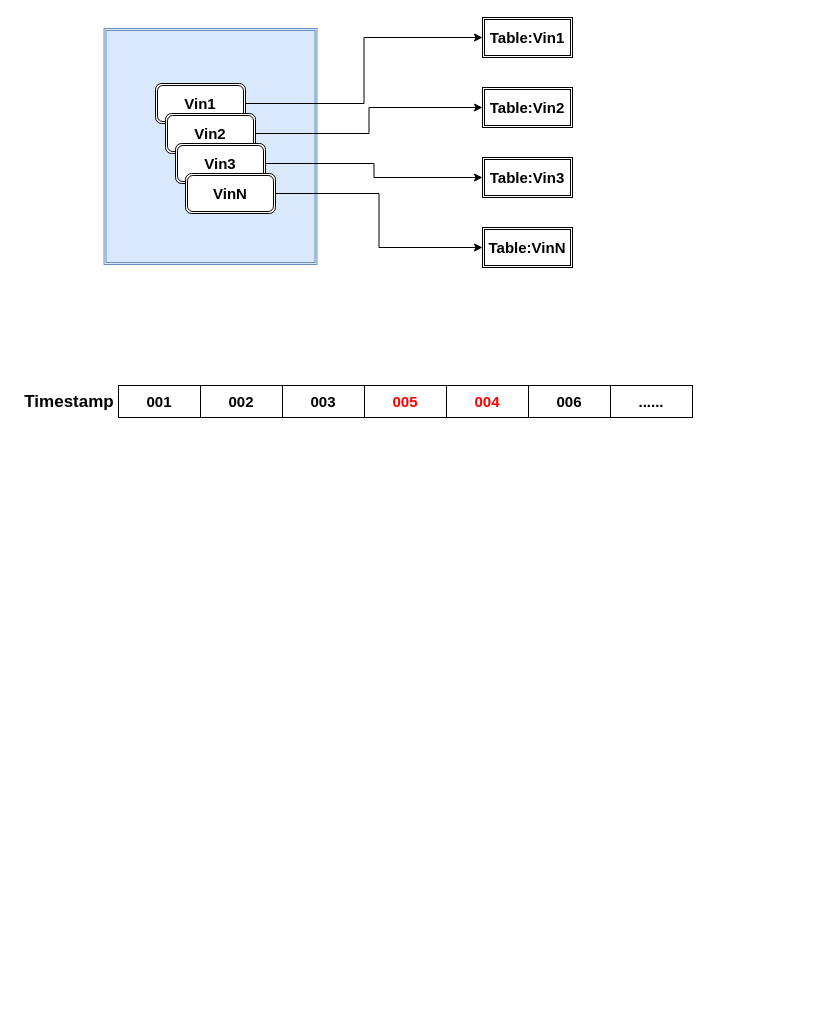
Earlier version of the draw.io diagram diagrams/tsdb-ppt.drawio (LuooChen/drawio). Source tidied: cells renumbered, new cells numbered last; positions are measured from the earlier drawing's top-left corner, leaving out a move shared by most shapes. Both pictures are drawn from the tidied source at 100%, with x=0, y=0 at pixel (39, 17).
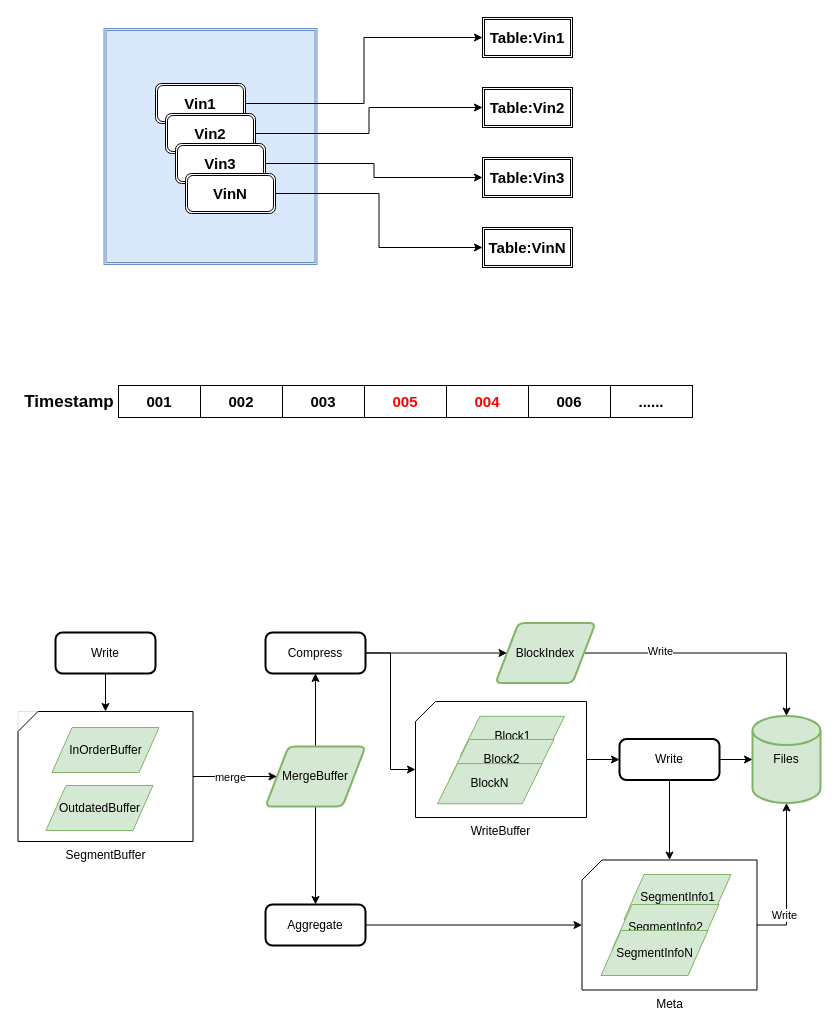
The same page after the edit.

What changed in the source:
```diff
@@
+    <mxCell id="23" style="edgeStyle=orthogonalEdgeStyle;rounded=0;jettySize=auto;html=1;exitX=0.5;exitY=1;exitDx=0;exitDy=0;entryX=0.5;entryY=0;entryDx=0;entryDy=0;entryPerimeter=0;" parent="1" edge="1" source="24" target="26">
+      <mxGeometry relative="1" as="geometry" />
+    </mxCell>
+    <mxCell id="24" value="Write" style="rounded=1;whiteSpace=wrap;html=1;absoluteArcSize=1;arcSize=14;strokeWidth=2;" parent="1" vertex="1">
+      <mxGeometry x="16" y="615" width="100" height="41" as="geometry" />
+    </mxCell>
+    <mxCell id="25" style="group;labelBorderColor=none;labelBackgroundColor=none;fillColor=none;strokeColor=#D5E8D4;" parent="1" vertex="1">
+      <mxGeometry x="-21.5" y="694" width="175" height="130" as="geometry" />
+    </mxCell>
+    <mxCell id="26" value="SegmentBuffer" style="verticalLabelPosition=bottom;verticalAlign=top;html=1;shape=card;whiteSpace=wrap;size=20;arcSize=12;" parent="25" vertex="1">
+      <mxGeometry width="175" height="130" as="geometry" />
+    </mxCell>
+    <mxCell id="27" value="InOrderBuffer" style="shape=parallelogram;perimeter=parallelogramPerimeter;whiteSpace=wrap;html=1;fixedSize=1;fillColor=#d5e8d4;strokeColor=#82b366;" parent="25" vertex="1">
+      <mxGeometry x="34" y="16" width="107" height="45" as="geometry" />
+    </mxCell>
+    <mxCell id="28" value="OutdatedBuffer" style="shape=parallelogram;perimeter=parallelogramPerimeter;whiteSpace=wrap;html=1;fixedSize=1;fillColor=#d5e8d4;strokeColor=#82b366;" parent="25" vertex="1">
+      <mxGeometry x="28" y="74" width="107" height="45" as="geometry" />
+    </mxCell>
+    <mxCell id="29" style="edgeStyle=orthogonalEdgeStyle;rounded=0;jettySize=auto;html=1;" parent="1" edge="1" source="26" target="33">
+      <mxGeometry relative="1" as="geometry" />
+    </mxCell>
+    <mxCell id="30" value="merge" style="edgeLabel;html=1;align=center;verticalAlign=middle;" parent="29" vertex="1">
+      <mxGeometry x="-0.14" y="1" relative="1" as="geometry">
+        <mxPoint x="1" y="1" as="offset" />
+      </mxGeometry>
+    </mxCell>
+    <mxCell id="31" style="edgeStyle=orthogonalEdgeStyle;rounded=0;jettySize=auto;html=1;" parent="1" edge="1" source="33" target="36">
+      <mxGeometry relative="1" as="geometry" />
+    </mxCell>
+    <mxCell id="32" style="edgeStyle=orthogonalEdgeStyle;rounded=0;jettySize=auto;html=1;entryX=0.5;entryY=0;entryDx=0;entryDy=0;" parent="1" edge="1" source="33" target="38">
+      <mxGeometry relative="1" as="geometry" />
+    </mxCell>
+    <mxCell id="33" value="MergeBuffer" style="shape=parallelogram;html=1;strokeWidth=2;perimeter=parallelogramPerimeter;whiteSpace=wrap;rounded=1;arcSize=12;size=0.23;fillColor=#d5e8d4;strokeColor=#82b366;" parent="1" vertex="1">
+      <mxGeometry x="226" y="729" width="100" height="60" as="geometry" />
+    </mxCell>
+    <mxCell id="34" style="edgeStyle=orthogonalEdgeStyle;rounded=0;jettySize=auto;html=1;" parent="1" edge="1" source="36" target="46">
+      <mxGeometry relative="1" as="geometry" />
+    </mxCell>
+    <mxCell id="35" style="edgeStyle=orthogonalEdgeStyle;rounded=0;jettySize=auto;html=1;exitX=1;exitY=0.5;exitDx=0;exitDy=0;entryX=0;entryY=0;entryDx=0;entryDy=68;entryPerimeter=0;" parent="1" edge="1" source="36" target="40">
+      <mxGeometry relative="1" as="geometry" />
+    </mxCell>
+    <mxCell id="36" value="Compress" style="rounded=1;whiteSpace=wrap;html=1;absoluteArcSize=1;arcSize=14;strokeWidth=2;" parent="1" vertex="1">
+      <mxGeometry x="226" y="615" width="100" height="41" as="geometry" />
+    </mxCell>
+    <mxCell id="37" style="edgeStyle=orthogonalEdgeStyle;rounded=0;jettySize=auto;html=1;" parent="1" edge="1" source="38" target="49">
+      <mxGeometry relative="1" as="geometry" />
+    </mxCell>
+    <mxCell id="38" value="Aggregate" style="rounded=1;whiteSpace=wrap;html=1;absoluteArcSize=1;arcSize=14;strokeWidth=2;" parent="1" vertex="1">
+      <mxGeometry x="226" y="887" width="100" height="41" as="geometry" />
+    </mxCell>
+    <mxCell id="39" style="group;fillColor=none;strokeColor=none;" parent="1" vertex="1">
+      <mxGeometry x="376" y="682.7" width="171" height="116" as="geometry" />
+    </mxCell>
+    <mxCell id="40" value="WriteBuffer" style="verticalLabelPosition=bottom;verticalAlign=top;html=1;shape=card;whiteSpace=wrap;size=20;arcSize=12;" parent="39" vertex="1">
+      <mxGeometry y="1.3" width="171" height="116" as="geometry" />
+    </mxCell>
+    <mxCell id="41" value="Block1" style="shape=parallelogram;perimeter=parallelogramPerimeter;whiteSpace=wrap;html=1;fixedSize=1;fillColor=#d5e8d4;strokeColor=#82b366;" parent="39" vertex="1">
+      <mxGeometry x="44.5" y="16.1" width="104.6" height="40.2" as="geometry" />
+    </mxCell>
+    <mxCell id="42" value="Block2" style="shape=parallelogram;perimeter=parallelogramPerimeter;whiteSpace=wrap;html=1;fixedSize=1;fillColor=#d5e8d4;strokeColor=#82b366;" parent="39" vertex="1">
+      <mxGeometry x="33.7" y="39.3" width="104.6" height="40.2" as="geometry" />
+    </mxCell>
+    <mxCell id="43" value="BlockN" style="shape=parallelogram;perimeter=parallelogramPerimeter;whiteSpace=wrap;html=1;fixedSize=1;fillColor=#d5e8d4;strokeColor=#82b366;" parent="39" vertex="1">
+      <mxGeometry x="22" y="63.4" width="104.6" height="40.2" as="geometry" />
+    </mxCell>
+    <mxCell id="44" style="edgeStyle=orthogonalEdgeStyle;rounded=0;jettySize=auto;html=1;exitX=1;exitY=0.5;exitDx=0;exitDy=0;entryX=0.5;entryY=0;entryDx=0;entryDy=0;entryPerimeter=0;" parent="1" edge="1" source="46" target="47">
+      <mxGeometry relative="1" as="geometry" />
+    </mxCell>
+    <mxCell id="45" value="Write" style="edgeLabel;html=1;align=center;verticalAlign=middle;" parent="44" vertex="1">
+      <mxGeometry x="-0.43" y="2" relative="1" as="geometry" />
+    </mxCell>
+    <mxCell id="46" value="BlockIndex" style="shape=parallelogram;html=1;strokeWidth=2;perimeter=parallelogramPerimeter;whiteSpace=wrap;rounded=1;arcSize=12;size=0.23;fillColor=#d5e8d4;strokeColor=#82b366;" parent="1" vertex="1">
+      <mxGeometry x="456" y="605.5" width="100" height="60" as="geometry" />
+    </mxCell>
+    <mxCell id="47" value="Files" style="strokeWidth=2;html=1;shape=mxgraph.flowchart.database;whiteSpace=wrap;fillColor=#d5e8d4;strokeColor=#82b366;" parent="1" vertex="1">
+      <mxGeometry x="713" y="698.5" width="68" height="87" as="geometry" />
+    </mxCell>
+    <mxCell id="48" style="group;fillColor=none;strokeColor=none;" parent="1" vertex="1">
+      <mxGeometry x="542.5" y="842.5" width="175" height="130" as="geometry" />
+    </mxCell>
+    <mxCell id="49" value="Meta" style="verticalLabelPosition=bottom;verticalAlign=top;html=1;shape=card;whiteSpace=wrap;size=20;arcSize=12;" parent="48" vertex="1">
+      <mxGeometry width="175" height="130" as="geometry" />
+    </mxCell>
+    <mxCell id="50" value="SegmentInfo1" style="shape=parallelogram;perimeter=parallelogramPerimeter;whiteSpace=wrap;html=1;fixedSize=1;fillColor=#d5e8d4;strokeColor=#82b366;" parent="48" vertex="1">
+      <mxGeometry x="42" y="14.5" width="107" height="45" as="geometry" />
+    </mxCell>
+    <mxCell id="51" value="SegmentInfo2" style="shape=parallelogram;perimeter=parallelogramPerimeter;whiteSpace=wrap;html=1;fixedSize=1;fillColor=#d5e8d4;strokeColor=#82b366;" parent="48" vertex="1">
+      <mxGeometry x="30" y="44.5" width="107" height="45" as="geometry" />
+    </mxCell>
+    <mxCell id="52" value="SegmentInfoN" style="shape=parallelogram;perimeter=parallelogramPerimeter;whiteSpace=wrap;html=1;fixedSize=1;fillColor=#d5e8d4;strokeColor=#82b366;" parent="48" vertex="1">
+      <mxGeometry x="19" y="70.5" width="107" height="45" as="geometry" />
+    </mxCell>
+    <mxCell id="53" style="edgeStyle=orthogonalEdgeStyle;rounded=0;jettySize=auto;html=1;" parent="1" edge="1" source="49" target="47">
+      <mxGeometry relative="1" as="geometry">
+        <Array as="points">
+          <mxPoint x="747" y="907" />
+        </Array>
+      </mxGeometry>
+    </mxCell>
+    <mxCell id="54" value="Write" style="edgeLabel;html=1;align=center;verticalAlign=middle;" parent="53" vertex="1">
+      <mxGeometry x="-0.47" y="3" relative="1" as="geometry" />
+    </mxCell>
+    <mxCell id="55" style="edgeStyle=orthogonalEdgeStyle;rounded=0;jettySize=auto;html=1;" parent="1" edge="1" source="57" target="47">
+      <mxGeometry relative="1" as="geometry" />
+    </mxCell>
+    <mxCell id="56" style="edgeStyle=orthogonalEdgeStyle;rounded=0;jettySize=auto;html=1;exitX=0.5;exitY=1;exitDx=0;exitDy=0;" parent="1" edge="1" source="57" target="49">
+      <mxGeometry relative="1" as="geometry" />
+    </mxCell>
+    <mxCell id="57" value="Write" style="rounded=1;whiteSpace=wrap;html=1;absoluteArcSize=1;arcSize=14;strokeWidth=2;" parent="1" vertex="1">
+      <mxGeometry x="580" y="721.5" width="100" height="41" as="geometry" />
+    </mxCell>
+    <mxCell id="58" style="edgeStyle=orthogonalEdgeStyle;rounded=0;jettySize=auto;html=1;entryX=0;entryY=0.5;entryDx=0;entryDy=0;" parent="1" edge="1" source="40" target="57">
+      <mxGeometry relative="1" as="geometry" />
+    </mxCell>
```
